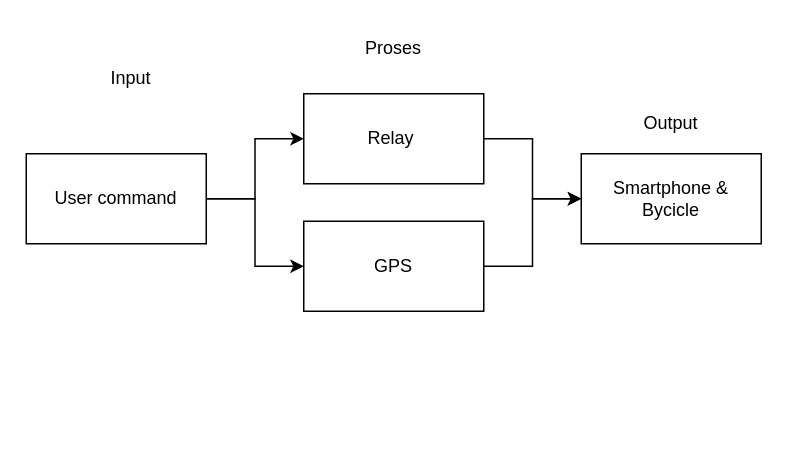
Before: blok diagram.drawio in pacong12/Arduino, a draw.io diagram. Source tidied: cells renumbered, new cells numbered last; positions are measured from the earlier drawing's top-left corner, leaving out a move shared by most shapes. Both pictures are drawn from the tidied source at 150%, with x=0, y=0 at pixel (26, 26).
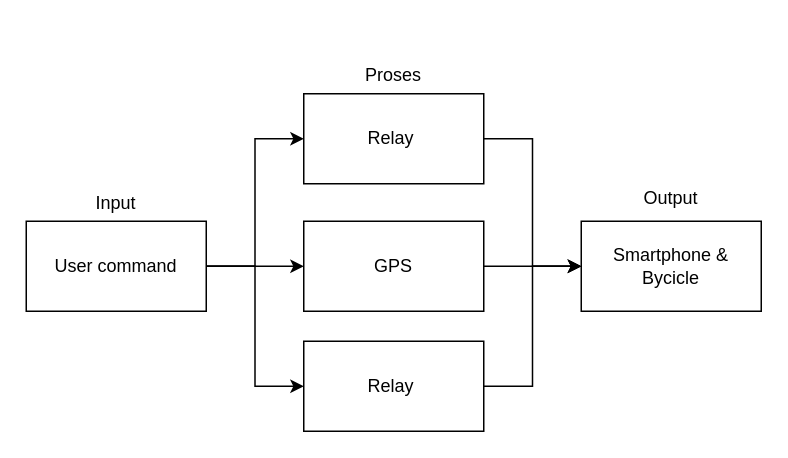
After the change.

Change to the diagram source:
```diff
@@
 <mxGraphModel>
   <root>
     <mxCell id="0" />
     <mxCell id="1" parent="0" />
     <mxCell id="2" style="edgeStyle=orthogonalEdgeStyle;rounded=0;jettySize=auto;html=1;exitX=1;exitY=0.5;exitDx=0;exitDy=0;entryX=0;entryY=0.5;entryDx=0;entryDy=0;" parent="1" edge="1" source="4" target="10">
       <mxGeometry relative="1" as="geometry" />
     </mxCell>
     <mxCell id="3" style="edgeStyle=orthogonalEdgeStyle;rounded=0;jettySize=auto;html=1;exitX=1;exitY=0.5;exitDx=0;exitDy=0;entryX=0;entryY=0.5;entryDx=0;entryDy=0;" parent="1" edge="1" source="4" target="12">
       <mxGeometry relative="1" as="geometry" />
     </mxCell>
+    <mxCell id="13" style="edgeStyle=orthogonalEdgeStyle;rounded=0;jettySize=auto;html=1;exitX=1;exitY=0.5;exitDx=0;exitDy=0;entryX=0;entryY=0.5;entryDx=0;entryDy=0;" parent="1" edge="1" source="4" target="15">
+      <mxGeometry relative="1" as="geometry" />
+    </mxCell>
     <mxCell id="4" value="User command" style="rounded=0;whiteSpace=wrap;html=1;" parent="1" vertex="1">
-      <mxGeometry y="85" width="120" height="60" as="geometry" />
+      <mxGeometry y="130" width="120" height="60" as="geometry" />
     </mxCell>
     <mxCell id="5" value="Input" style="text;html=1;align=center;verticalAlign=middle;whiteSpace=wrap;rounded=0;" parent="1" vertex="1">
-      <mxGeometry x="40" y="20" width="60" height="30" as="geometry" />
+      <mxGeometry x="30" y="103" width="60" height="30" as="geometry" />
     </mxCell>
     <mxCell id="6" value="Proses" style="text;html=1;align=center;verticalAlign=middle;whiteSpace=wrap;rounded=0;" parent="1" vertex="1">
-      <mxGeometry x="215" width="60" height="30" as="geometry" />
+      <mxGeometry x="215" y="18" width="60" height="30" as="geometry" />
     </mxCell>
     <mxCell id="7" value="Smartphone &amp;amp; Bycicle" style="rounded=0;whiteSpace=wrap;html=1;" parent="1" vertex="1">
-      <mxGeometry x="370" y="85" width="120" height="60" as="geometry" />
+      <mxGeometry x="370" y="130" width="120" height="60" as="geometry" />
     </mxCell>
     <mxCell id="8" value="Output" style="text;html=1;align=center;verticalAlign=middle;whiteSpace=wrap;rounded=0;" parent="1" vertex="1">
-      <mxGeometry x="400" y="50" width="60" height="30" as="geometry" />
+      <mxGeometry x="400" y="100" width="60" height="30" as="geometry" />
     </mxCell>
     <mxCell id="9" style="edgeStyle=orthogonalEdgeStyle;rounded=0;jettySize=auto;html=1;exitX=1;exitY=0.5;exitDx=0;exitDy=0;entryX=0;entryY=0.5;entryDx=0;entryDy=0;" parent="1" edge="1" source="10" target="7">
       <mxGeometry relative="1" as="geometry" />
     </mxCell>
     <mxCell id="10" value="Relay&amp;nbsp;" style="rounded=0;whiteSpace=wrap;html=1;" parent="1" vertex="1">
-      <mxGeometry x="185" y="45" width="120" height="60" as="geometry" />
+      <mxGeometry x="185" y="210" width="120" height="60" as="geometry" />
     </mxCell>
     <mxCell id="11" style="edgeStyle=orthogonalEdgeStyle;rounded=0;jettySize=auto;html=1;exitX=1;exitY=0.5;exitDx=0;exitDy=0;entryX=0;entryY=0.5;entryDx=0;entryDy=0;" parent="1" edge="1" source="12" target="7">
       <mxGeometry relative="1" as="geometry" />
     </mxCell>
     <mxCell id="12" value="GPS" style="rounded=0;whiteSpace=wrap;html=1;" parent="1" vertex="1">
       <mxGeometry x="185" y="130" width="120" height="60" as="geometry" />
     </mxCell>
+    <mxCell id="14" style="edgeStyle=orthogonalEdgeStyle;rounded=0;jettySize=auto;html=1;exitX=1;exitY=0.5;exitDx=0;exitDy=0;entryX=0;entryY=0.5;entryDx=0;entryDy=0;" parent="1" edge="1" source="15" target="7">
+      <mxGeometry relative="1" as="geometry" />
+    </mxCell>
+    <mxCell id="15" value="Relay&amp;nbsp;" style="rounded=0;whiteSpace=wrap;html=1;" parent="1" vertex="1">
+      <mxGeometry x="185" y="45" width="120" height="60" as="geometry" />
+    </mxCell>
   </root>
 </mxGraphModel>
```
